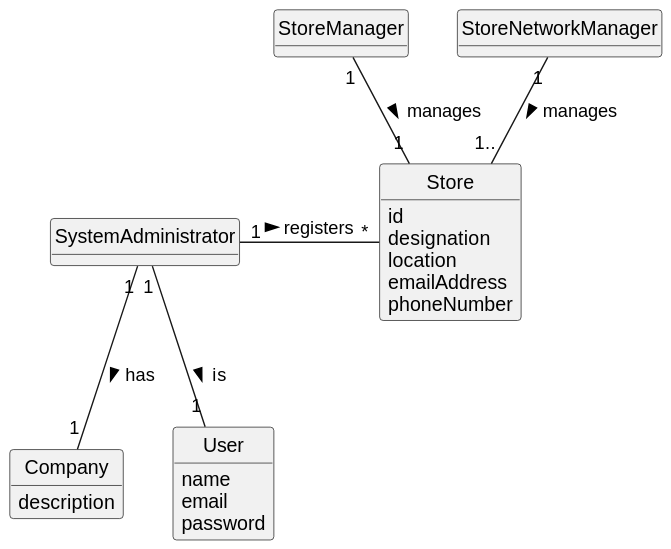
Before: docs/Sprint-B/US005/02.analysis/svg/us005-domain-model.svg, a diagram exported from PlantUML (Rodrick0209/ISEP-LAPR2-22-23).
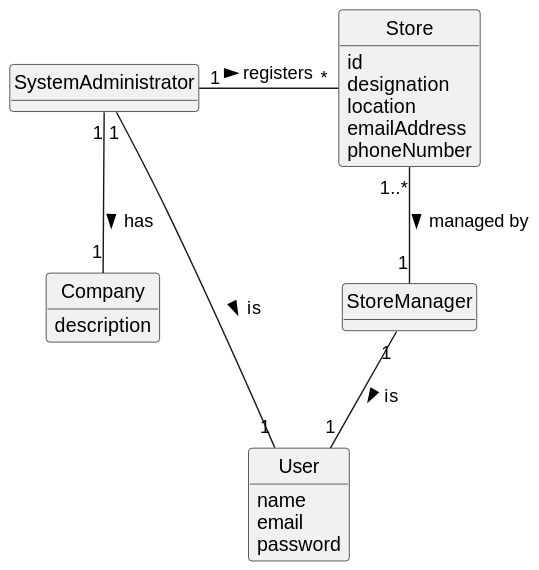
Later version of the same file.

Change to the diagram source:
```diff
@@ -29,7 +29,7 @@
 
 SystemAdministrator "1" -- "1" Company : has >
 SystemAdministrator "1" - "*" Store : registers >
-StoreManager "1" -- "1" Store : manages >
-StoreNetworkManager "1" -- "1.." Store : manages >
+Store "1..*" -- "1" StoreManager : managed by >
 SystemAdministrator "1" -- "1" User : is >
+StoreManager "1" -- "1" User : is >
 @enduml
```
